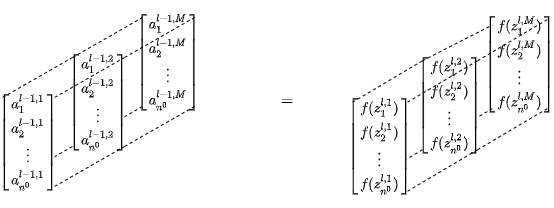
kevinsuedmersen/neural_networks_from_scratch keeps this draw.io diagram as theory/Al.png. Above is the earlier version. Source tidied: cells renumbered, new cells last; positions are measured from the earlier drawing's top-left corner, leaving out a move shared by most shapes.
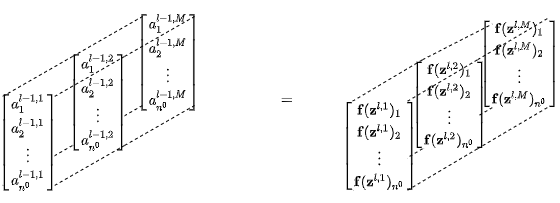
Above is the later version.

Change to the diagram source:
```diff
@@ -44,13 +44,13 @@
     <mxCell id="15" style="edgeStyle=none;rounded=0;jettySize=auto;html=1;exitX=0;exitY=1;exitDx=0;exitDy=0;entryX=0;entryY=1;entryDx=0;entryDy=0;dashed=1;endArrow=none;endFill=0;" parent="1" edge="1" source="18" target="22">
       <mxGeometry x="430" y="244.8" as="geometry" />
     </mxCell>
-    <mxCell id="16" value="$$&lt;br&gt;\left[&lt;br&gt;\matrix{&lt;br&gt;f(z^{l,M}_1) \\&lt;br&gt;f(z^{l,M}_2) \\&lt;br&gt;\vdots \\&lt;br&gt;f(z^{l,M}_{n^0})&lt;br&gt;}&lt;br&gt;\right]&lt;br&gt;$$" style="rounded=0;whiteSpace=wrap;html=1;strokeColor=none;" parent="1" vertex="1">
+    <mxCell id="16" value="$$&lt;br&gt;\left[&lt;br&gt;\matrix{&lt;br&gt;\textbf{f}(\textbf{z}^{l,M})_1 \\&lt;br&gt;\textbf{f}(\textbf{z}^{l,M})_2 \\&lt;br&gt;\vdots \\&lt;br&gt;\textbf{f}(\textbf{z}^{l,M})_{n^0}&lt;br&gt;}&lt;br&gt;\right]&lt;br&gt;$$" style="rounded=0;whiteSpace=wrap;html=1;strokeColor=none;" parent="1" vertex="1">
       <mxGeometry x="490" y="2" width="55" height="89" as="geometry" />
     </mxCell>
     <mxCell id="17" style="edgeStyle=none;rounded=0;jettySize=auto;html=1;exitX=1;exitY=0;exitDx=0;exitDy=0;entryX=1;entryY=0;entryDx=0;entryDy=0;dashed=1;endArrow=none;endFill=0;" parent="1" edge="1" source="18" target="16">
       <mxGeometry x="430" y="244.8" as="geometry" />
     </mxCell>
-    <mxCell id="18" value="$$&lt;br&gt;\left[&lt;br&gt;\matrix{&lt;br&gt;f(z^{l,2}_1) \\&lt;br&gt;f(z^{l,2}_2) \\&lt;br&gt;\vdots \\&lt;br&gt;f(z^{l,2}_{n^0})&lt;br&gt;}&lt;br&gt;\right]&lt;br&gt;$$" style="rounded=0;whiteSpace=wrap;html=1;strokeColor=none;" parent="1" vertex="1">
+    <mxCell id="18" value="$$&lt;br&gt;\left[&lt;br&gt;\matrix{&lt;br&gt;\textbf{f}(\textbf{z}^{l,2})_1 \\&lt;br&gt;\textbf{f}(\textbf{z}^{l,2})_2 \\&lt;br&gt;\vdots \\&lt;br&gt;\textbf{f}(\textbf{z}^{l,2})_{n^0}&lt;br&gt;}&lt;br&gt;\right]&lt;br&gt;$$" style="rounded=0;whiteSpace=wrap;html=1;strokeColor=none;" parent="1" vertex="1">
       <mxGeometry x="420" y="43.2" width="55" height="89" as="geometry" />
     </mxCell>
     <mxCell id="19" style="edgeStyle=none;rounded=0;jettySize=auto;html=1;exitX=0;exitY=0;exitDx=0;exitDy=0;dashed=1;endArrow=none;endFill=0;entryX=0;entryY=0;entryDx=0;entryDy=0;" parent="1" edge="1" source="22" target="18">
@@ -62,7 +62,7 @@
     <mxCell id="21" style="edgeStyle=none;rounded=0;jettySize=auto;html=1;exitX=1;exitY=0;exitDx=0;exitDy=0;entryX=1;entryY=0;entryDx=0;entryDy=0;dashed=1;endArrow=none;endFill=0;" parent="1" edge="1" source="22" target="18">
       <mxGeometry x="430" y="244.8" as="geometry" />
     </mxCell>
-    <mxCell id="22" value="&lt;font style=&quot;font-size: 12px&quot;&gt;$$&lt;br&gt;\left[&lt;br&gt;\matrix{&lt;br&gt;f(z^{l,1}_1) \\&lt;br&gt;f(z^{l,1}_2) \\&lt;br&gt;\vdots \\&lt;br&gt;f(z^{l,1}_{n^0})&lt;br&gt;}&lt;br&gt;\right]&lt;br&gt;$$&lt;/font&gt;" style="rounded=0;whiteSpace=wrap;html=1;strokeColor=none;" parent="1" vertex="1">
+    <mxCell id="22" value="&lt;font style=&quot;font-size: 12px&quot;&gt;$$&lt;br&gt;\left[&lt;br&gt;\matrix{&lt;br&gt;\textbf{f}(\textbf{z}^{l,1})_1 \\&lt;br&gt;\textbf{f}(\textbf{z}^{l,1})_2 \\&lt;br&gt;\vdots \\&lt;br&gt;\textbf{f}(\textbf{z}^{l,1})_{n^0}&lt;br&gt;}&lt;br&gt;\right]&lt;br&gt;$$&lt;/font&gt;" style="rounded=0;whiteSpace=wrap;html=1;strokeColor=none;" parent="1" vertex="1">
       <mxGeometry x="350" y="84.8" width="55" height="89" as="geometry" />
     </mxCell>
     <mxCell id="23" style="edgeStyle=none;rounded=0;jettySize=auto;html=1;exitX=0;exitY=0;exitDx=0;exitDy=0;entryX=-0.003;entryY=0.062;entryDx=0;entryDy=0;entryPerimeter=0;dashed=1;endArrow=none;endFill=0;" parent="1" edge="1" source="18" target="16">
```
